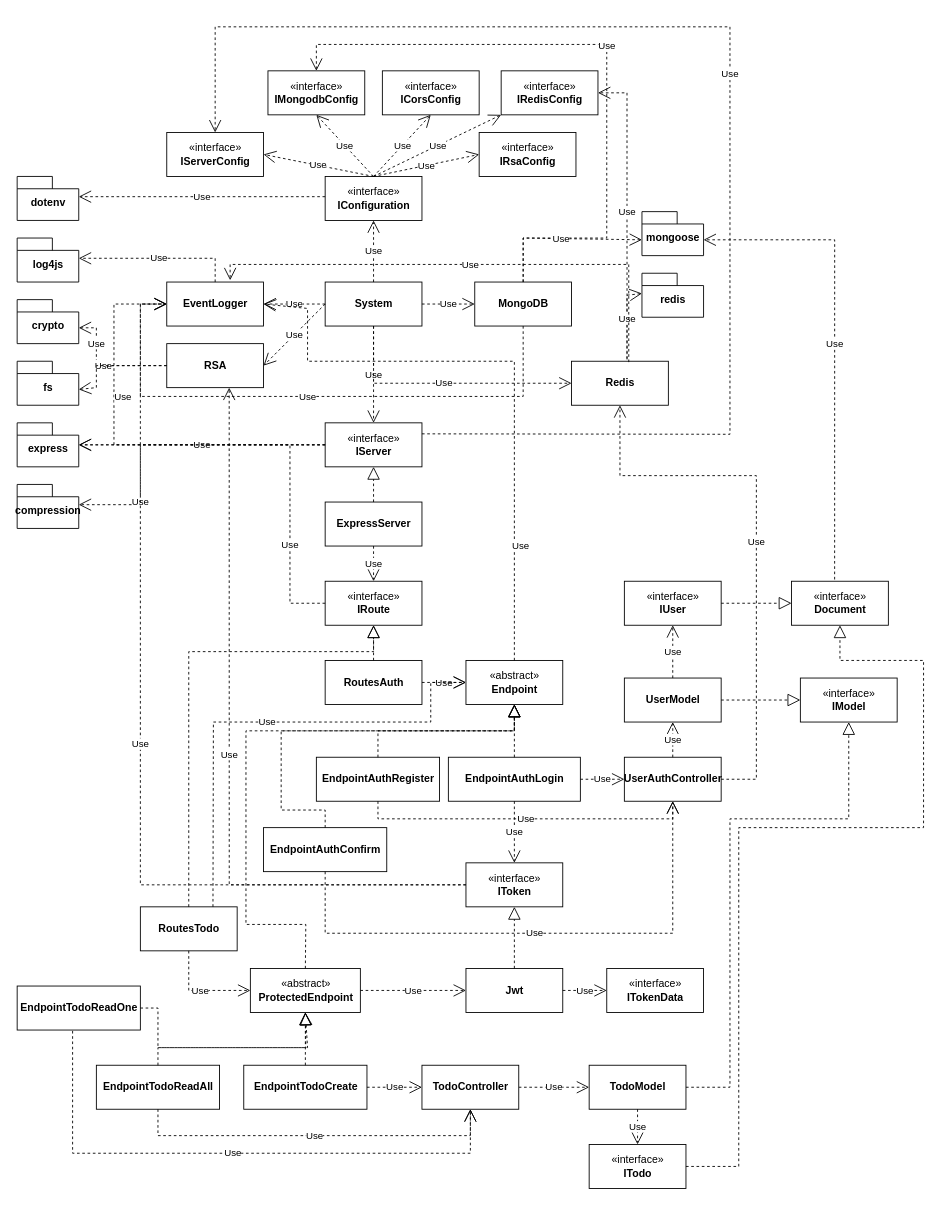
Above: api-docs/draw.io/architecture.drawio in syr0s/todo-backend (draw.io), before the change. Source tidied: cells renumbered, new cells numbered last; positions are measured from the earlier drawing's top-left corner, leaving out a move shared by most shapes. Both pictures are drawn from the tidied source at 88%, with x=0, y=0 at pixel (17, 26).
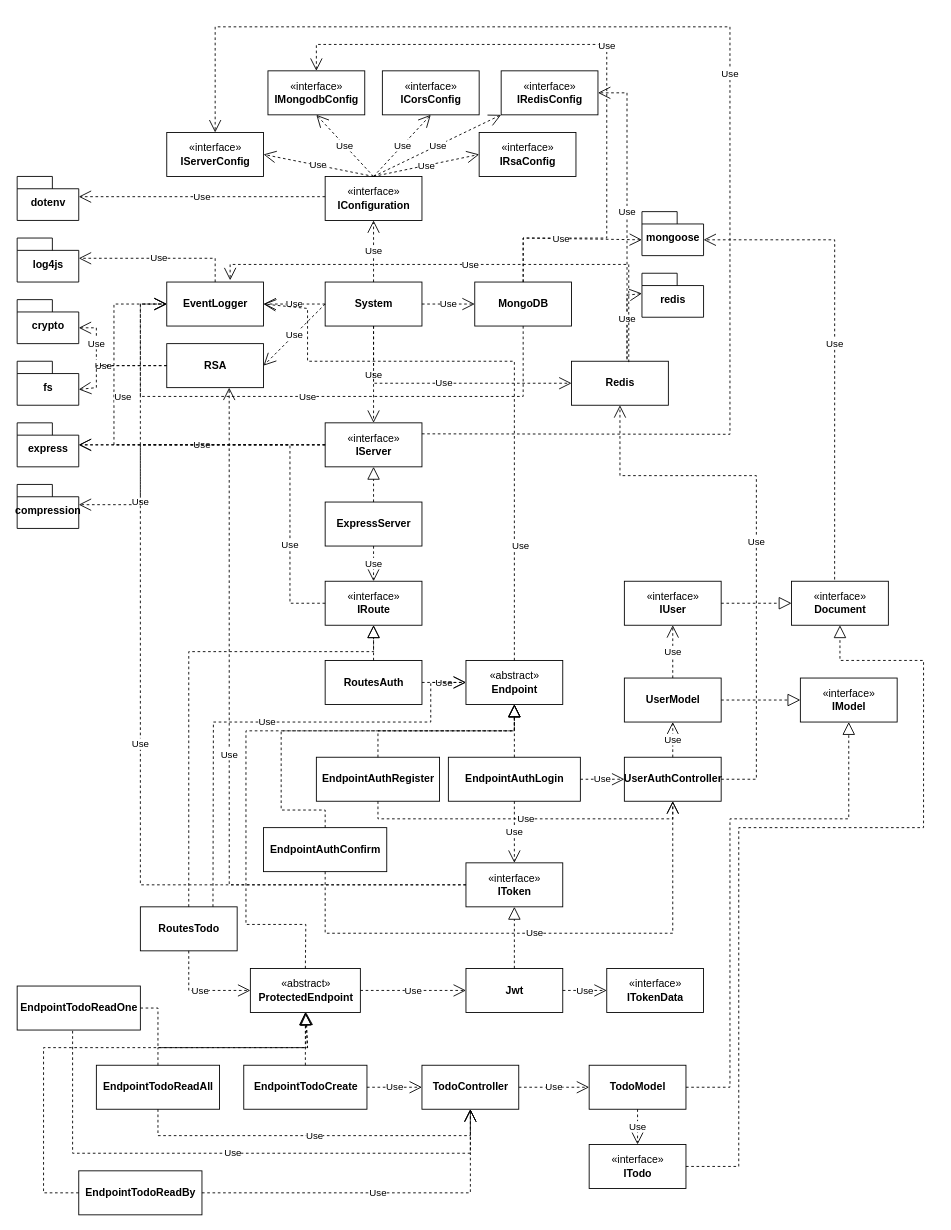
The same diagram, later.

Unchanged cells that the change refers to:
```xml
<mxCell id="89" value="«abstract»&lt;br&gt;&lt;b&gt;ProtectedEndpoint&lt;/b&gt;" style="html=1;" parent="1" vertex="1">
  <mxGeometry x="265" y="1070" width="125" height="50" as="geometry" />
</mxCell>
<mxCell id="96" value="TodoController" style="html=1;fontStyle=1;" parent="1" vertex="1">
  <mxGeometry x="460" y="1180" width="110" height="50" as="geometry" />
</mxCell>
```

Change to the diagram source:
```diff
@@
+    <mxCell id="108" value="EndpointTodoReadBy" style="html=1;fontStyle=1;" parent="1" vertex="1">
+      <mxGeometry x="70" y="1300" width="140" height="50" as="geometry" />
+    </mxCell>
+    <mxCell id="109" style="endArrow=block;dashed=1;endFill=0;endSize=12;html=1;rounded=0;exitX=0;exitY=0.5;exitDx=0;exitDy=0;" parent="1" edge="1" source="108" target="89">
+      <mxGeometry relative="1" as="geometry">
+        <Array as="points">
+          <mxPoint x="30" y="1325" />
+          <mxPoint x="30" y="1160" />
+          <mxPoint x="330" y="1160" />
+        </Array>
+      </mxGeometry>
+    </mxCell>
+    <mxCell id="110" value="Use" style="endArrow=open;endSize=12;dashed=1;html=1;rounded=0;entryX=0.5;entryY=1;entryDx=0;entryDy=0;" parent="1" edge="1" source="108" target="96">
+      <mxGeometry relative="1" as="geometry">
+        <Array as="points">
+          <mxPoint x="515" y="1325" />
+        </Array>
+      </mxGeometry>
+    </mxCell>
```
